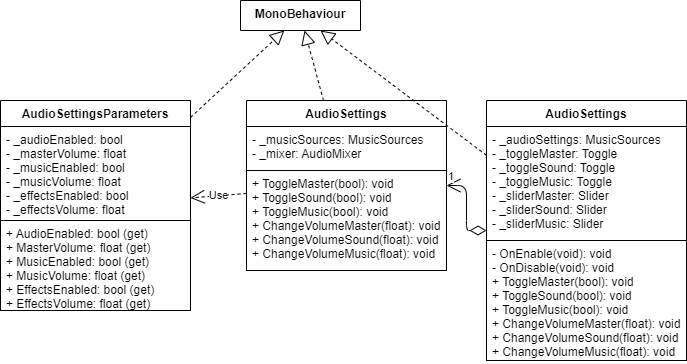
The draw.io diagram Other/Diagrams/Audio/Audio-Settings.png in Kkamikadzee/Asteroids, before a commit. Source tidied: cells renumbered, new cells last; positions are measured from the earlier drawing's top-left corner, leaving out a move shared by most shapes. Source of this version:
```xml
<mxGraphModel>
  <root>
    <mxCell id="0" />
    <mxCell id="1" parent="0" />
    <mxCell id="2" value="AudioSettings" style="swimlane;fontStyle=1;align=center;verticalAlign=top;horizontal=1;startSize=26;spacing=2;" parent="1" vertex="1">
      <mxGeometry x="486" y="100" width="200" height="260" as="geometry" />
    </mxCell>
    <mxCell id="3" value="- _audioSettings: MusicSources&#10;- _toggleMaster: Toggle&#10;- _toggleSound: Toggle&#10;- _toggleMusic: Toggle&#10;- _sliderMaster: Slider&#10;- _sliderSound: Slider&#10;- _sliderMusic: Slider" style="text;fillColor=none;align=left;verticalAlign=top;spacingLeft=4;spacingRight=4;overflow=hidden;strokeColor=#000000;labelBackgroundColor=none;" parent="2" vertex="1">
      <mxGeometry y="26" width="200" height="114" as="geometry" />
    </mxCell>
    <mxCell id="4" value="- OnEnable(void): void&#10;- OnDisable(void): void&#10;+ ToggleMaster(bool): void&#10;+ ToggleSound(bool): void&#10;+ ToggleMusic(bool): void&#10;+ ChangeVolumeMaster(float): void&#10;+ ChangeVolumeSound(float): void&#10;+ ChangeVolumeMusic(float): void" style="text;fillColor=none;align=left;verticalAlign=top;spacingLeft=4;spacingRight=4;overflow=hidden;strokeColor=#000000;" parent="2" vertex="1">
      <mxGeometry y="140" width="200" height="120" as="geometry" />
    </mxCell>
    <mxCell id="5" value="AudioSettings" style="swimlane;fontStyle=1;align=center;verticalAlign=top;horizontal=1;startSize=26;spacing=2;" parent="1" vertex="1">
      <mxGeometry x="246" y="100" width="200" height="170" as="geometry" />
    </mxCell>
    <mxCell id="6" value="- _musicSources: MusicSources&#10;- _mixer: AudioMixer" style="text;fillColor=none;align=left;verticalAlign=top;spacingLeft=4;spacingRight=4;overflow=hidden;strokeColor=#000000;labelBackgroundColor=none;" parent="5" vertex="1">
      <mxGeometry y="26" width="200" height="44" as="geometry" />
    </mxCell>
    <mxCell id="7" value="+ ToggleMaster(bool): void&#10;+ ToggleSound(bool): void&#10;+ ToggleMusic(bool): void&#10;+ ChangeVolumeMaster(float): void&#10;+ ChangeVolumeSound(float): void&#10;+ ChangeVolumeMusic(float): void" style="text;fillColor=none;align=left;verticalAlign=top;spacingLeft=4;spacingRight=4;overflow=hidden;strokeColor=#000000;" parent="5" vertex="1">
      <mxGeometry y="70" width="200" height="100" as="geometry" />
    </mxCell>
    <mxCell id="8" value="MonoBehaviour" style="swimlane;fontStyle=1;align=center;verticalAlign=top;horizontal=1;startSize=30;" parent="1" vertex="1" collapsed="1">
      <mxGeometry x="240" width="120" height="30" as="geometry" />
    </mxCell>
    <mxCell id="9" value="AudioSettingsParameters" style="swimlane;fontStyle=1;align=center;verticalAlign=top;horizontal=1;startSize=26;spacing=2;" parent="1" vertex="1">
      <mxGeometry y="100" width="190" height="210" as="geometry" />
    </mxCell>
    <mxCell id="10" value="- _audioEnabled: bool&#10;- _masterVolume: float&#10;- _musicEnabled: bool&#10;- _musicVolume: float&#10;- _effectsEnabled: bool&#10;- _effectsVolume: float&#10;" style="text;fillColor=none;align=left;verticalAlign=top;spacingLeft=4;spacingRight=4;overflow=hidden;strokeColor=#000000;labelBackgroundColor=none;" parent="9" vertex="1">
      <mxGeometry y="26" width="190" height="94" as="geometry" />
    </mxCell>
    <mxCell id="11" value="+ AudioEnabled: bool (get)&#10;+ MasterVolume: float (get)&#10;+ MusicEnabled: bool (get)&#10;+ MusicVolume: float (get)&#10;+ EffectsEnabled: bool (get)&#10;+ EffectsVolume: float (get)" style="text;fillColor=none;align=left;verticalAlign=top;spacingLeft=4;spacingRight=4;overflow=hidden;strokeColor=#000000;" parent="9" vertex="1">
      <mxGeometry y="120" width="190" height="90" as="geometry" />
    </mxCell>
    <mxCell id="12" style="endArrow=block;dashed=1;endFill=0;endSize=12;html=1;" parent="1" edge="1" source="9" target="8">
      <mxGeometry relative="1" as="geometry" />
    </mxCell>
    <mxCell id="13" value="Use" style="endArrow=open;endSize=12;dashed=1;html=1;" parent="1" edge="1" source="5" target="9">
      <mxGeometry relative="1" as="geometry" />
    </mxCell>
    <mxCell id="14" style="endArrow=block;dashed=1;endFill=0;endSize=12;html=1;" parent="1" edge="1" source="5" target="8">
      <mxGeometry relative="1" as="geometry" />
    </mxCell>
    <mxCell id="15" style="endArrow=block;dashed=1;endFill=0;endSize=12;html=1;" parent="1" edge="1" source="2" target="8">
      <mxGeometry relative="1" as="geometry" />
    </mxCell>
    <mxCell id="16" value="1" style="endArrow=open;html=1;endSize=12;startArrow=diamondThin;startSize=14;startFill=0;edgeStyle=orthogonalEdgeStyle;align=left;verticalAlign=bottom;" parent="1" edge="1" source="2" target="5">
      <mxGeometry x="1" relative="1" as="geometry" />
    </mxCell>
  </root>
</mxGraphModel>
```
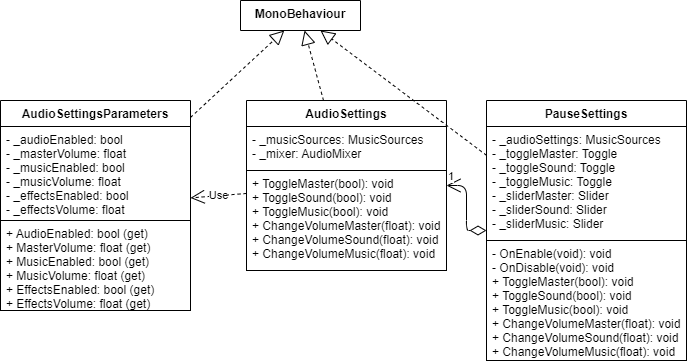
Above is the later version.

The edit, as a diff of the source:
```diff
@@ -2,7 +2,7 @@
   <root>
     <mxCell id="0" />
     <mxCell id="1" parent="0" />
-    <mxCell id="2" value="AudioSettings" style="swimlane;fontStyle=1;align=center;verticalAlign=top;horizontal=1;startSize=26;spacing=2;" parent="1" vertex="1">
+    <mxCell id="2" value="PauseSettings" style="swimlane;fontStyle=1;align=center;verticalAlign=top;horizontal=1;startSize=26;spacing=2;" parent="1" vertex="1">
       <mxGeometry x="486" y="100" width="200" height="260" as="geometry" />
     </mxCell>
     <mxCell id="3" value="- _audioSettings: MusicSources&#10;- _toggleMaster: Toggle&#10;- _toggleSound: Toggle&#10;- _toggleMusic: Toggle&#10;- _sliderMaster: Slider&#10;- _sliderSound: Slider&#10;- _sliderMusic: Slider" style="text;fillColor=none;align=left;verticalAlign=top;spacingLeft=4;spacingRight=4;overflow=hidden;strokeColor=#000000;labelBackgroundColor=none;" parent="2" vertex="1">
```
